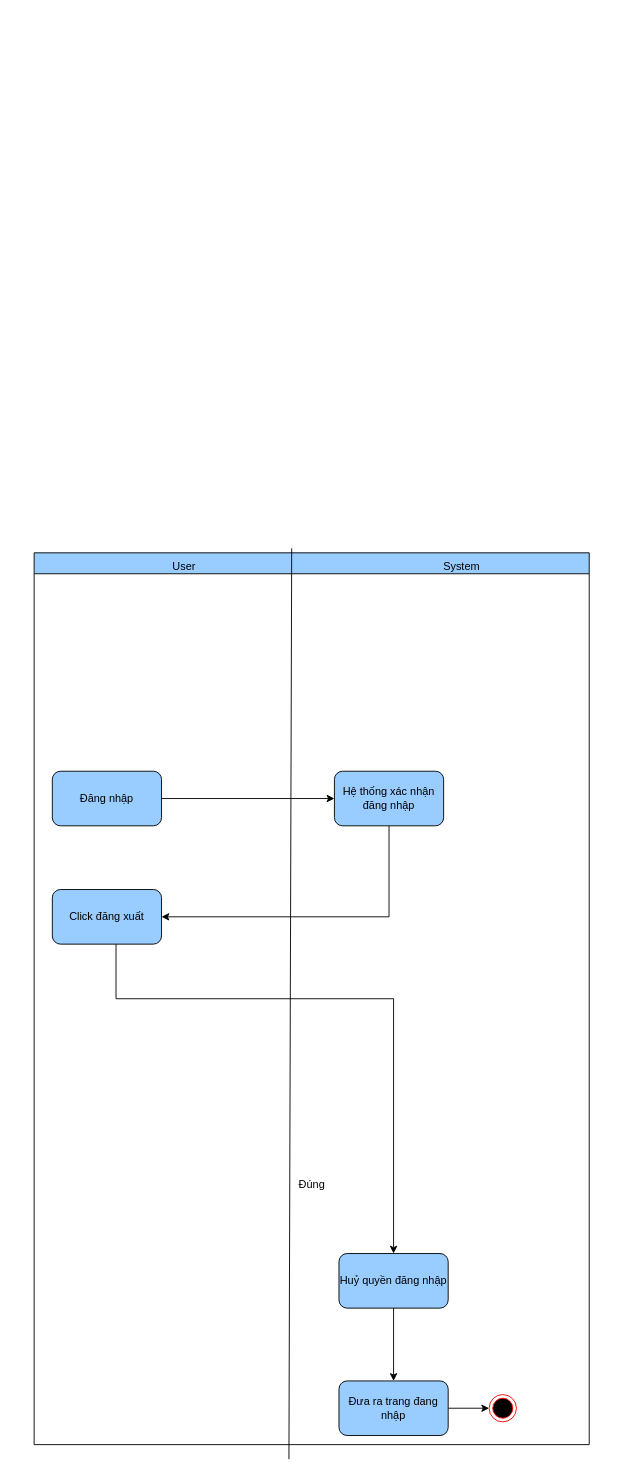
The draw.io diagram page "Activity Đăng xuất" (5 of 33) of Biểu đồ không có tiêu đề.drawio in anhduy7723/api_auth, before the edit. Source tidied: cells renumbered, new cells numbered last; positions are measured from the earlier drawing's top-left corner, leaving out a move shared by most shapes. Both pictures are drawn from the tidied source at 91%, with x=0, y=0 at pixel (34, 552).
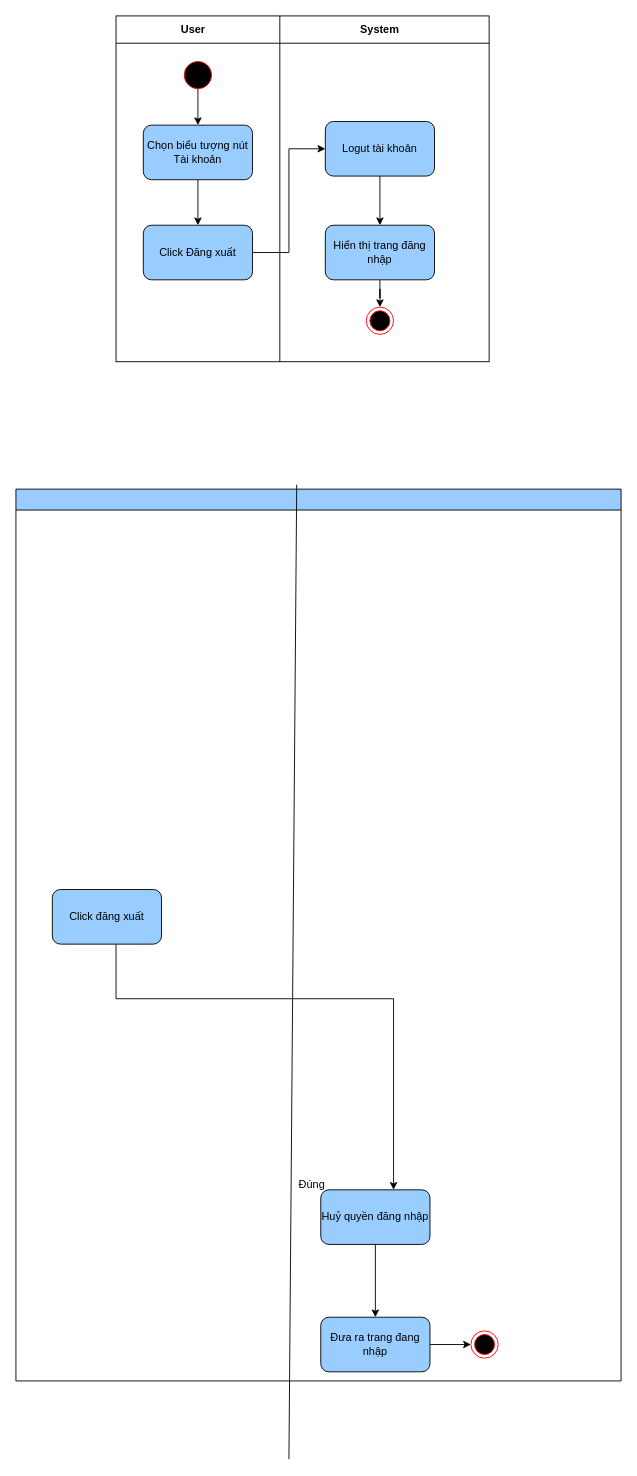
The same page after the edit.

Unchanged cells that the change refers to:
```xml
<mxCell id="6" value="Click đăng xuất" style="rounded=1;whiteSpace=wrap;html=1;fillColor=#99CCFF;" parent="1" vertex="1">
  <mxGeometry x="20" y="370" width="120" height="60" as="geometry" />
</mxCell>
```

What changed in the source:
```diff
@@
-    <mxCell id="2" style="edgeStyle=none;rounded=0;jettySize=auto;html=1;" parent="1" edge="1" source="3" target="14">
-      <mxGeometry relative="1" as="geometry" />
-    </mxCell>
-    <mxCell id="3" value="Đăng nhập" style="rounded=1;whiteSpace=wrap;html=1;fillColor=#99CCFF;" parent="1" vertex="1">
-      <mxGeometry x="20" y="240" width="120" height="60" as="geometry" />
-    </mxCell>
-    <mxCell id="4" style="edgeStyle=orthogonalEdgeStyle;rounded=0;jettySize=auto;html=1;entryX=1;entryY=0.5;entryDx=0;entryDy=0;" parent="1" edge="1" source="14" target="6">
-      <mxGeometry relative="1" as="geometry">
-        <Array as="points">
-          <mxPoint x="390" y="400" />
-        </Array>
-      </mxGeometry>
-    </mxCell>
@@
     <mxCell id="8" style="swimlane;fillColor=#99CCFF;" parent="1" vertex="1">
-      <mxGeometry width="610" height="980" as="geometry" />
+      <mxGeometry x="-20" y="-70" width="665" height="980" as="geometry" />
     </mxCell>
@@
-    <mxCell id="14" value="Hệ thống xác nhận đăng nhập" style="rounded=1;whiteSpace=wrap;html=1;fillColor=#99CCFF;" parent="8" vertex="1">
-      <mxGeometry x="330" y="240" width="120" height="60" as="geometry" />
-    </mxCell>
+    <mxCell id="17" style="endArrow=none;html=1;rounded=0;entryX=0.464;entryY=-0.005;entryDx=0;entryDy=0;entryPerimeter=0;" parent="1" edge="1" target="8">
+      <mxGeometry relative="1" as="geometry">
+        <mxPoint x="280" y="996" as="sourcePoint" />
+      </mxGeometry>
+    </mxCell>
+    <mxCell id="18" style="shape=internalStorage;whiteSpace=wrap;html=1;backgroundOutline=1;dx=180;dy=30;" parent="1" vertex="1">
+      <mxGeometry x="90" y="-590" width="410" height="380" as="geometry" />
+    </mxCell>
+    <mxCell id="19" style="ellipse;whiteSpace=wrap;html=1;fillColor=#000000;strokeColor=#ff0000;" parent="1" vertex="1">
+      <mxGeometry x="165" y="-540" width="30" height="30" as="geometry" />
+    </mxCell>
+    <mxCell id="3" value="Chọn biểu tượng nút Tài khoản" style="rounded=1;whiteSpace=wrap;html=1;fillColor=#99CCFF;" parent="1" vertex="1">
+      <mxGeometry x="120" y="-470" width="120" height="60" as="geometry" />
+    </mxCell>
+    <mxCell id="2" style="edgeStyle=none;rounded=0;jettySize=auto;html=1;" parent="1" edge="1" source="3" target="24">
+      <mxGeometry relative="1" as="geometry">
+        <Array as="points">
+          <mxPoint x="180" y="-380" />
+        </Array>
+      </mxGeometry>
+    </mxCell>
+    <mxCell id="20" value="Logut tài khoản" style="whiteSpace=wrap;html=1;rounded=1;fillColor=#99CCFF;" parent="1" vertex="1">
+      <mxGeometry x="320" y="-474" width="120" height="60" as="geometry" />
+    </mxCell>
+    <mxCell id="21" style="edgeStyle=orthogonalEdgeStyle;rounded=0;jettySize=auto;html=1;entryX=0.5;entryY=0;entryDx=0;entryDy=0;" parent="1" edge="1" source="22" target="23">
+      <mxGeometry relative="1" as="geometry" />
+    </mxCell>
+    <mxCell id="22" value="Hiển thị trang đăng nhập" style="whiteSpace=wrap;html=1;rounded=1;fillColor=#99CCFF;" parent="1" vertex="1">
+      <mxGeometry x="320" y="-360" width="120" height="60" as="geometry" />
+    </mxCell>
+    <mxCell id="23" style="ellipse;html=1;shape=endState;fillColor=#000000;strokeColor=#ff0000;" parent="1" vertex="1">
+      <mxGeometry x="365" y="-270" width="30" height="30" as="geometry" />
+    </mxCell>
+    <mxCell id="24" value="Click Đăng xuất" style="rounded=1;whiteSpace=wrap;html=1;fillColor=#99CCFF;" parent="1" vertex="1">
+      <mxGeometry x="120" y="-360" width="120" height="60" as="geometry" />
+    </mxCell>
+    <mxCell id="25" style="edgeStyle=none;rounded=0;jettySize=auto;html=1;entryX=0;entryY=0.5;entryDx=0;entryDy=0;exitX=1;exitY=0.5;exitDx=0;exitDy=0;" parent="1" edge="1" source="24" target="20">
+      <mxGeometry relative="1" as="geometry">
+        <Array as="points">
+          <mxPoint x="280" y="-330" />
+          <mxPoint x="280" y="-444" />
+        </Array>
+      </mxGeometry>
+    </mxCell>
+    <mxCell id="26" style="edgeStyle=none;rounded=0;jettySize=auto;html=1;entryX=0.5;entryY=0;entryDx=0;entryDy=0;exitX=0.5;exitY=1;exitDx=0;exitDy=0;" parent="1" edge="1" source="20" target="22">
+      <mxGeometry relative="1" as="geometry" />
+    </mxCell>
+    <mxCell id="27" style="edgeStyle=none;rounded=0;jettySize=auto;html=1;exitX=0.5;exitY=1;exitDx=0;exitDy=0;entryX=0.5;entryY=0;entryDx=0;entryDy=0;" parent="1" edge="1" source="19" target="3">
+      <mxGeometry relative="1" as="geometry" />
+    </mxCell>
-    <mxCell id="15" value="User" style="text;html=1;align=center;verticalAlign=middle;whiteSpace=wrap;rounded=0;" parent="8" vertex="1">
-      <mxGeometry x="120" width="90" height="30" as="geometry" />
+    <mxCell id="15" value="&lt;b&gt;User&lt;/b&gt;" style="text;html=1;align=center;verticalAlign=middle;whiteSpace=wrap;rounded=0;" parent="1" vertex="1">
+      <mxGeometry x="130" y="-590" width="90" height="30" as="geometry" />
     </mxCell>
-    <mxCell id="16" value="System" style="text;html=1;align=center;verticalAlign=middle;whiteSpace=wrap;rounded=0;" parent="8" vertex="1">
-      <mxGeometry x="440" width="60" height="30" as="geometry" />
+    <mxCell id="16" value="&lt;b&gt;System&lt;/b&gt;" style="text;html=1;align=center;verticalAlign=middle;whiteSpace=wrap;rounded=0;" parent="1" vertex="1">
+      <mxGeometry x="350" y="-590" width="60" height="30" as="geometry" />
     </mxCell>
-    <mxCell id="17" style="endArrow=none;html=1;rounded=0;entryX=0.464;entryY=-0.005;entryDx=0;entryDy=0;entryPerimeter=0;" parent="1" edge="1" target="8">
-      <mxGeometry relative="1" as="geometry">
-        <mxPoint x="280" y="996" as="sourcePoint" />
-      </mxGeometry>
-    </mxCell>
```
